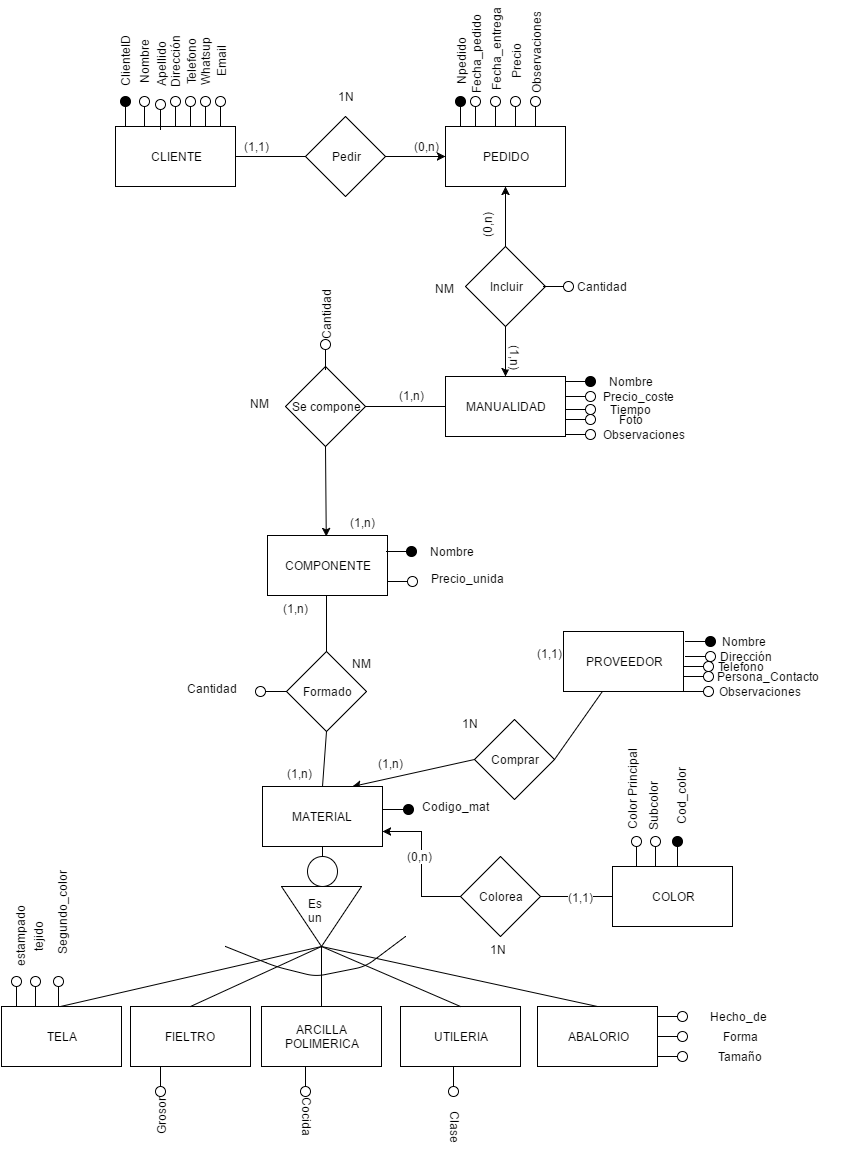
The draw.io diagram desvan de mika.png in jaborfer/proyectobbdd, before a commit. Source tidied: cells renumbered, new cells last; positions are measured from the earlier drawing's top-left corner, leaving out a move shared by most shapes.
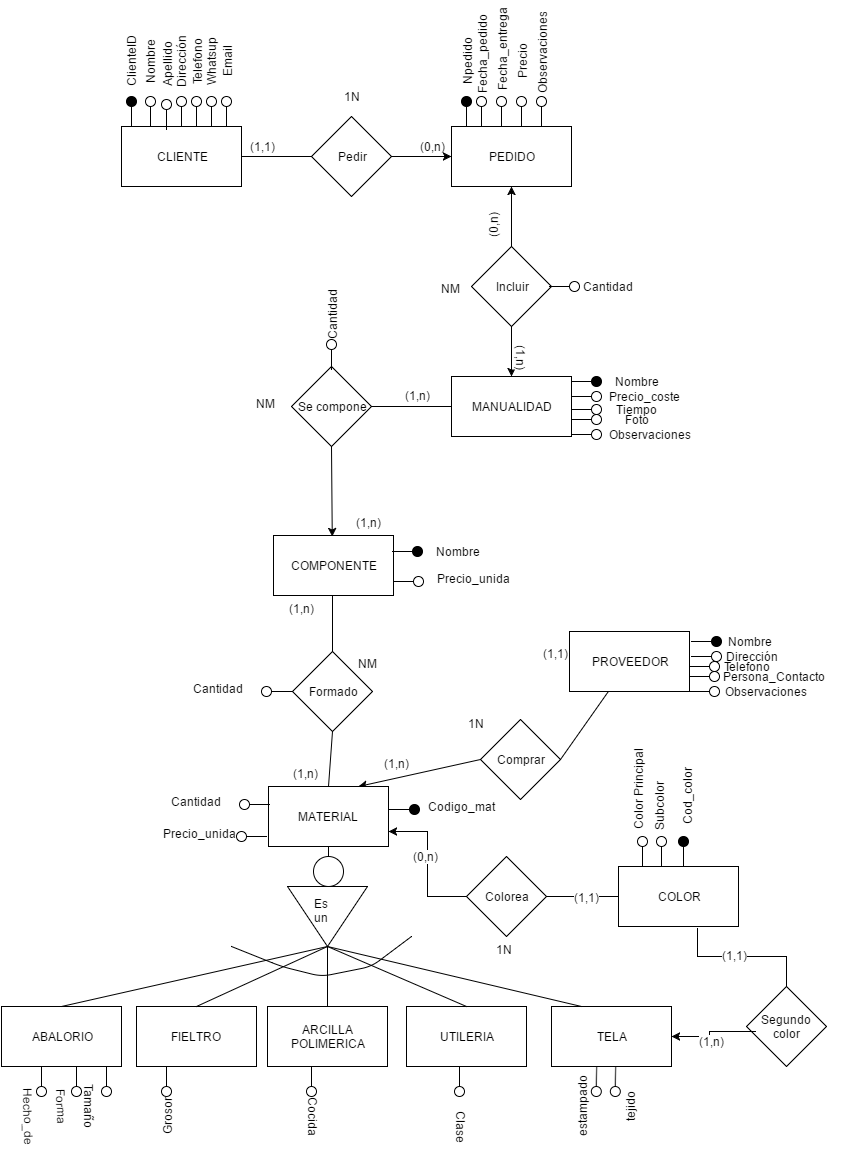
The same diagram one commit later.

Change to the diagram source:
```diff
@@ -209,10 +209,8 @@
     <mxCell id="67" style="edgeStyle=none;rounded=0;html=1;exitX=1;exitY=0.5;entryX=0.5;entryY=0;startArrow=none;startFill=0;endArrow=none;endFill=0;jettySize=auto;" parent="1" edge="1" source="69" target="76">
       <mxGeometry relative="1" as="geometry" />
     </mxCell>
-    <mxCell id="68" style="edgeStyle=none;rounded=0;html=1;exitX=1;exitY=0.5;entryX=0.5;entryY=0;startArrow=none;startFill=0;endArrow=none;endFill=0;jettySize=auto;" parent="1" edge="1" source="69">
-      <mxGeometry relative="1" as="geometry">
-        <mxPoint x="76" y="967" as="targetPoint" />
-      </mxGeometry>
+    <mxCell id="68" style="edgeStyle=none;rounded=0;html=1;exitX=1;exitY=0.5;startArrow=none;startFill=0;endArrow=none;endFill=0;jettySize=auto;entryX=0.25;entryY=0;" parent="1" edge="1" source="69" target="95">
+      <mxGeometry relative="1" as="geometry" />
     </mxCell>
     <mxCell id="69" style="triangle;whiteSpace=wrap;html=1;fillColor=none;rotation=90;" parent="1" vertex="1">
       <mxGeometry x="307" y="837" width="60" height="80" as="geometry" />
@@ -236,7 +234,7 @@
       <mxGeometry x="416" y="967" width="120" height="60" as="geometry" />
     </mxCell>
     <mxCell id="76" value="ABALORIO" style="whiteSpace=wrap;html=1;fillColor=none;" parent="1" vertex="1">
-      <mxGeometry x="553" y="967" width="120" height="60" as="geometry" />
+      <mxGeometry x="11" y="967" width="120" height="60" as="geometry" />
     </mxCell>
     <mxCell id="77" style="edgeStyle=none;rounded=0;html=1;exitX=1;exitY=0.5;startArrow=none;startFill=0;endArrow=none;endFill=0;jettySize=auto;" parent="1" edge="1" source="79" target="80">
       <mxGeometry relative="1" as="geometry" />
@@ -300,8 +298,16 @@
         </Array>
       </mxGeometry>
     </mxCell>
+    <mxCell id="144" style="edgeStyle=orthogonalEdgeStyle;rounded=0;html=1;exitX=1;exitY=0.5;entryX=0.113;entryY=0.563;entryPerimeter=0;startArrow=classic;startFill=1;endArrow=none;endFill=0;jettySize=auto;" parent="1" edge="1" source="95" target="152">
+      <mxGeometry relative="1" as="geometry" />
+    </mxCell>
+    <mxCell id="145" value="(1,n)" style="text;html=1;align=center;verticalAlign=middle;labelBackgroundColor=#ffffff;" parent="144" vertex="1">
+      <mxGeometry x="-0.15" y="-4" relative="1" as="geometry">
+        <mxPoint x="-2" y="4" as="offset" />
+      </mxGeometry>
+    </mxCell>
     <mxCell id="95" value="TELA" style="whiteSpace=wrap;html=1;fillColor=none;" parent="1" vertex="1">
-      <mxGeometry x="17" y="967" width="120" height="60" as="geometry" />
+      <mxGeometry x="561" y="967" width="120" height="60" as="geometry" />
     </mxCell>
     <mxCell id="96" value="Cantidad" style="text;html=1;align=left;verticalAlign=top;spacingTop=-4;" parent="1" vertex="1">
       <mxGeometry x="201" y="642" width="70" height="20" as="geometry" />
@@ -318,17 +324,17 @@
     <mxCell id="100" style="shape=lollipop;direction=south;html=1;fillColor=#000000;rotation=0;" parent="1" vertex="1">
       <mxGeometry x="399" y="765" width="30" height="10" as="geometry" />
     </mxCell>
-    <mxCell id="101" style="shape=lollipop;direction=south;html=1;fillColor=none;rotation=-90;" parent="1" vertex="1">
-      <mxGeometry x="17" y="947" width="30" height="10" as="geometry" />
+    <mxCell id="101" style="shape=lollipop;direction=south;html=1;fillColor=none;rotation=91;" parent="1" vertex="1">
+      <mxGeometry x="591" y="1037" width="30" height="10" as="geometry" />
     </mxCell>
     <mxCell id="102" value="estampado" style="text;html=1;strokeColor=none;fillColor=none;align=center;verticalAlign=middle;whiteSpace=wrap;overflow=hidden;rotation=-90;" parent="1" vertex="1">
-      <mxGeometry y="887" width="70" height="20" as="geometry" />
+      <mxGeometry x="556" y="1057" width="70" height="20" as="geometry" />
     </mxCell>
-    <mxCell id="103" style="shape=lollipop;direction=south;html=1;fillColor=none;rotation=-90;" parent="1" vertex="1">
-      <mxGeometry x="36" y="947" width="30" height="10" as="geometry" />
+    <mxCell id="103" style="shape=lollipop;direction=south;html=1;fillColor=none;rotation=91;" parent="1" vertex="1">
+      <mxGeometry x="610" y="1037" width="30" height="10" as="geometry" />
     </mxCell>
     <mxCell id="104" value="tejido" style="text;html=1;strokeColor=none;fillColor=none;align=center;verticalAlign=middle;whiteSpace=wrap;overflow=hidden;rotation=-90;" parent="1" vertex="1">
-      <mxGeometry x="19" y="887" width="70" height="20" as="geometry" />
+      <mxGeometry x="605" y="1057" width="70" height="20" as="geometry" />
     </mxCell>
     <mxCell id="105" style="shape=lollipop;direction=south;html=1;fillColor=none;rotation=90;" parent="1" vertex="1">
       <mxGeometry x="161" y="1037" width="30" height="10" as="geometry" />
@@ -342,23 +348,23 @@
     <mxCell id="108" value="Cocida" style="text;html=1;strokeColor=none;fillColor=none;align=center;verticalAlign=middle;whiteSpace=wrap;overflow=hidden;rotation=90;" parent="1" vertex="1">
       <mxGeometry x="287" y="1067" width="70" height="20" as="geometry" />
     </mxCell>
-    <mxCell id="109" style="shape=lollipop;direction=south;html=1;fillColor=none;rotation=0;" parent="1" vertex="1">
-      <mxGeometry x="673" y="972" width="30" height="10" as="geometry" />
+    <mxCell id="109" style="shape=lollipop;direction=south;html=1;fillColor=none;rotation=90;" parent="1" vertex="1">
+      <mxGeometry x="101" y="1037" width="30" height="10" as="geometry" />
     </mxCell>
-    <mxCell id="110" value="Hecho_de" style="text;html=1;strokeColor=none;fillColor=none;align=center;verticalAlign=middle;whiteSpace=wrap;overflow=hidden;rotation=0;" parent="1" vertex="1">
-      <mxGeometry x="706" y="967" width="95" height="20" as="geometry" />
+    <mxCell id="110" value="Hecho_de" style="text;html=1;strokeColor=none;fillColor=none;align=center;verticalAlign=middle;whiteSpace=wrap;overflow=hidden;rotation=89;" parent="1" vertex="1">
+      <mxGeometry x="-9" y="1067" width="95" height="20" as="geometry" />
     </mxCell>
-    <mxCell id="111" style="shape=lollipop;direction=south;html=1;fillColor=none;rotation=0;" parent="1" vertex="1">
-      <mxGeometry x="673" y="992" width="30" height="10" as="geometry" />
+    <mxCell id="111" style="shape=lollipop;direction=south;html=1;fillColor=none;rotation=90;" parent="1" vertex="1">
+      <mxGeometry x="71" y="1037" width="30" height="10" as="geometry" />
     </mxCell>
-    <mxCell id="112" value="Forma" style="text;html=1;strokeColor=none;fillColor=none;align=center;verticalAlign=middle;whiteSpace=wrap;overflow=hidden;rotation=0;" parent="1" vertex="1">
-      <mxGeometry x="708" y="987" width="95" height="20" as="geometry" />
+    <mxCell id="112" value="Forma" style="text;html=1;strokeColor=none;fillColor=none;align=center;verticalAlign=middle;whiteSpace=wrap;overflow=hidden;rotation=89;" parent="1" vertex="1">
+      <mxGeometry x="24" y="1057" width="95" height="20" as="geometry" />
     </mxCell>
-    <mxCell id="113" style="shape=lollipop;direction=south;html=1;fillColor=none;rotation=0;" parent="1" vertex="1">
-      <mxGeometry x="673" y="1012" width="30" height="10" as="geometry" />
+    <mxCell id="113" style="shape=lollipop;direction=south;html=1;fillColor=none;rotation=90;" parent="1" vertex="1">
+      <mxGeometry x="36" y="1037" width="30" height="10" as="geometry" />
     </mxCell>
-    <mxCell id="114" value="Tamaño" style="text;html=1;strokeColor=none;fillColor=none;align=center;verticalAlign=middle;whiteSpace=wrap;overflow=hidden;rotation=0;" parent="1" vertex="1">
-      <mxGeometry x="708" y="1007" width="95" height="20" as="geometry" />
+    <mxCell id="114" value="Tamaño" style="text;html=1;strokeColor=none;fillColor=none;align=center;verticalAlign=middle;whiteSpace=wrap;overflow=hidden;rotation=90;" parent="1" vertex="1">
+      <mxGeometry x="51" y="1057" width="95" height="20" as="geometry" />
     </mxCell>
     <mxCell id="115" style="edgeStyle=none;rounded=0;html=1;exitX=0.5;exitY=1;startArrow=none;startFill=0;endArrow=none;endFill=0;jettySize=auto;" parent="1" edge="1" source="118" target="70">
       <mxGeometry relative="1" as="geometry" />
@@ -443,14 +449,29 @@
     <mxCell id="140" style="shape=lollipop;direction=south;html=1;fillColor=#000000;rotation=-90;" parent="1" vertex="1">
       <mxGeometry x="678" y="807" width="30" height="10" as="geometry" />
     </mxCell>
-    <mxCell id="141" style="shape=lollipop;direction=south;html=1;fillColor=none;rotation=-90;" parent="1" vertex="1">
-      <mxGeometry x="59" y="947" width="30" height="10" as="geometry" />
-    </mxCell>
-    <mxCell id="142" value="Segundo_color" style="text;html=1;strokeColor=none;fillColor=none;align=center;verticalAlign=middle;whiteSpace=wrap;overflow=hidden;rotation=-90;" parent="1" vertex="1">
-      <mxGeometry x="18" y="863" width="119" height="20" as="geometry" />
-    </mxCell>
     <mxCell id="143" value="1N" style="text;html=1;align=left;verticalAlign=top;spacingTop=-4;" parent="1" vertex="1">
       <mxGeometry x="504" y="903" width="30" height="20" as="geometry" />
     </mxCell>
+    <mxCell id="146" value="Cantidad" style="text;html=1;align=left;verticalAlign=top;spacingTop=-4;" parent="1" vertex="1">
+      <mxGeometry x="179" y="755" width="70" height="20" as="geometry" />
+    </mxCell>
+    <mxCell id="147" style="shape=lollipop;direction=south;html=1;fillColor=none;rotation=180;" parent="1" vertex="1">
+      <mxGeometry x="249" y="760" width="30" height="10" as="geometry" />
+    </mxCell>
+    <mxCell id="148" value="Precio_unida" style="text;html=1;align=left;verticalAlign=top;spacingTop=-4;" parent="1" vertex="1">
+      <mxGeometry x="171" y="787" width="90" height="20" as="geometry" />
+    </mxCell>
+    <mxCell id="149" style="shape=lollipop;direction=south;html=1;fillColor=none;rotation=-180;" parent="1" vertex="1">
+      <mxGeometry x="246" y="792" width="30" height="10" as="geometry" />
+    </mxCell>
+    <mxCell id="150" style="edgeStyle=orthogonalEdgeStyle;rounded=0;html=1;exitX=0.5;exitY=0;entryX=0.658;entryY=1.033;entryPerimeter=0;startArrow=none;startFill=0;endArrow=none;endFill=0;jettySize=auto;" parent="1" edge="1" source="152" target="131">
+      <mxGeometry relative="1" as="geometry" />
+    </mxCell>
+    <mxCell id="151" value="(1,1)" style="text;html=1;align=center;verticalAlign=middle;labelBackgroundColor=#ffffff;" parent="150" vertex="1">
+      <mxGeometry x="0.12" y="-2" relative="1" as="geometry" />
+    </mxCell>
+    <mxCell id="152" value="Segundo color" style="rhombus;whiteSpace=wrap;html=1;fillColor=none;" parent="1" vertex="1">
+      <mxGeometry x="756" y="947" width="80" height="80" as="geometry" />
+    </mxCell>
   </root>
 </mxGraphModel>
```
